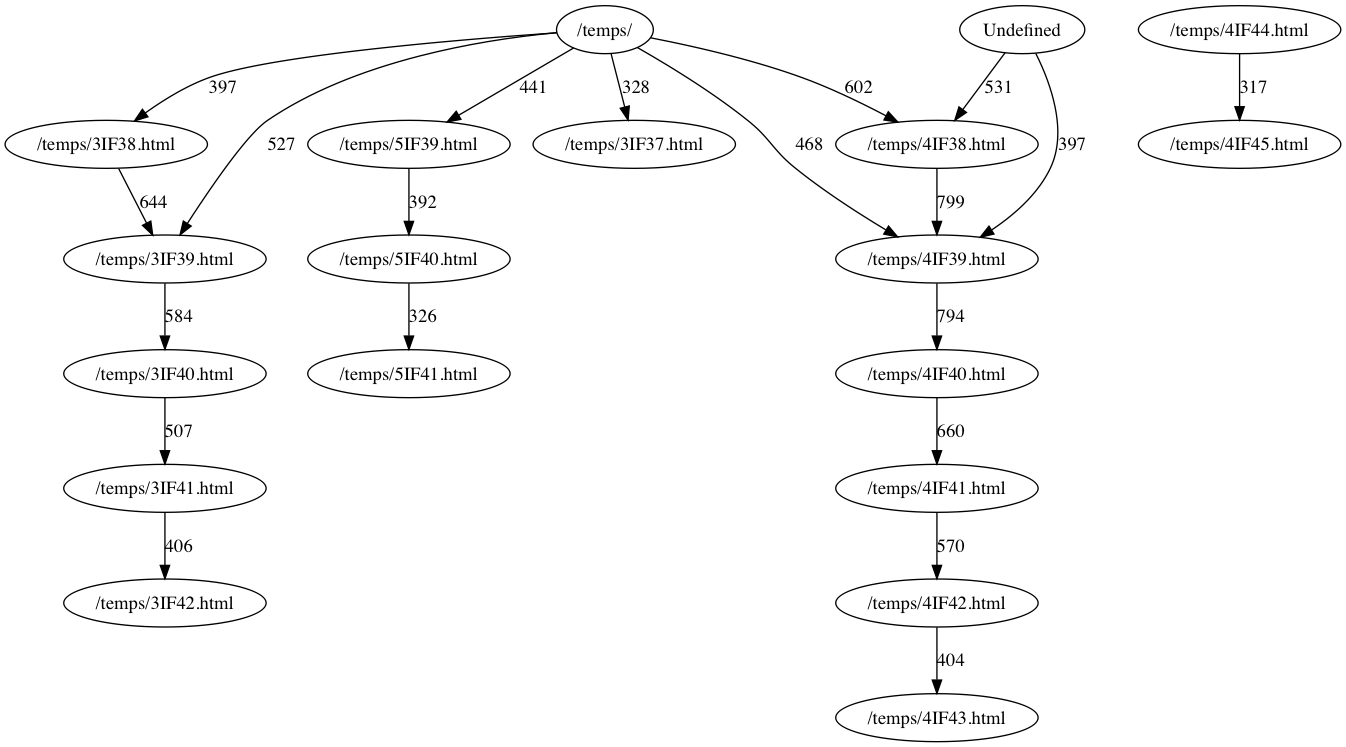
Before: tmp/graphTest.png, a diagram exported from Graphviz (Noomaok/Analog). Its source is kept beside it as tmp/graphTest.dot.
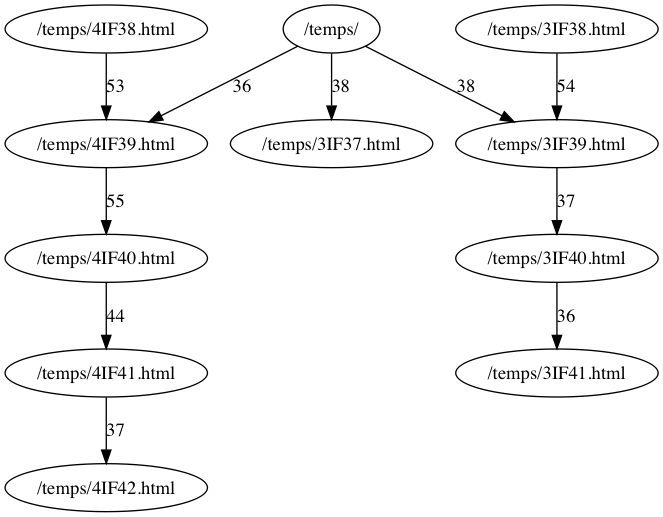
Above is the later version.

Diff of the diagram source:
```diff
@@ -1,22 +1,12 @@
 digraph{
-"/temps/4IF38.html" -> "/temps/4IF39.html" [label="799"]
-"/temps/4IF39.html" -> "/temps/4IF40.html" [label="794"]
-"/temps/4IF40.html" -> "/temps/4IF41.html" [label="660"]
-"/temps/3IF38.html" -> "/temps/3IF39.html" [label="644"]
-"/temps/" -> "/temps/4IF38.html" [label="602"]
-"/temps/3IF39.html" -> "/temps/3IF40.html" [label="584"]
-"/temps/4IF41.html" -> "/temps/4IF42.html" [label="570"]
-"Undefined" -> "/temps/4IF38.html" [label="531"]
-"/temps/" -> "/temps/3IF39.html" [label="527"]
-"/temps/3IF40.html" -> "/temps/3IF41.html" [label="507"]
-"/temps/" -> "/temps/4IF39.html" [label="468"]
-"/temps/" -> "/temps/5IF39.html" [label="441"]
-"/temps/3IF41.html" -> "/temps/3IF42.html" [label="406"]
-"/temps/4IF42.html" -> "/temps/4IF43.html" [label="404"]
-"/temps/" -> "/temps/3IF38.html" [label="397"]
-"Undefined" -> "/temps/4IF39.html" [label="397"]
-"/temps/5IF39.html" -> "/temps/5IF40.html" [label="392"]
-"/temps/" -> "/temps/3IF37.html" [label="328"]
-"/temps/5IF40.html" -> "/temps/5IF41.html" [label="326"]
-"/temps/4IF44.html" -> "/temps/4IF45.html" [label="317"]
+"/temps/4IF39.html" -> "/temps/4IF40.html" [label="55"]
+"/temps/3IF38.html" -> "/temps/3IF39.html" [label="54"]
+"/temps/4IF38.html" -> "/temps/4IF39.html" [label="53"]
+"/temps/4IF40.html" -> "/temps/4IF41.html" [label="44"]
+"/temps/" -> "/temps/3IF37.html" [label="38"]
+"/temps/" -> "/temps/3IF39.html" [label="38"]
+"/temps/3IF39.html" -> "/temps/3IF40.html" [label="37"]
+"/temps/4IF41.html" -> "/temps/4IF42.html" [label="37"]
+"/temps/3IF40.html" -> "/temps/3IF41.html" [label="36"]
+"/temps/" -> "/temps/4IF39.html" [label="36"]
 }
```
